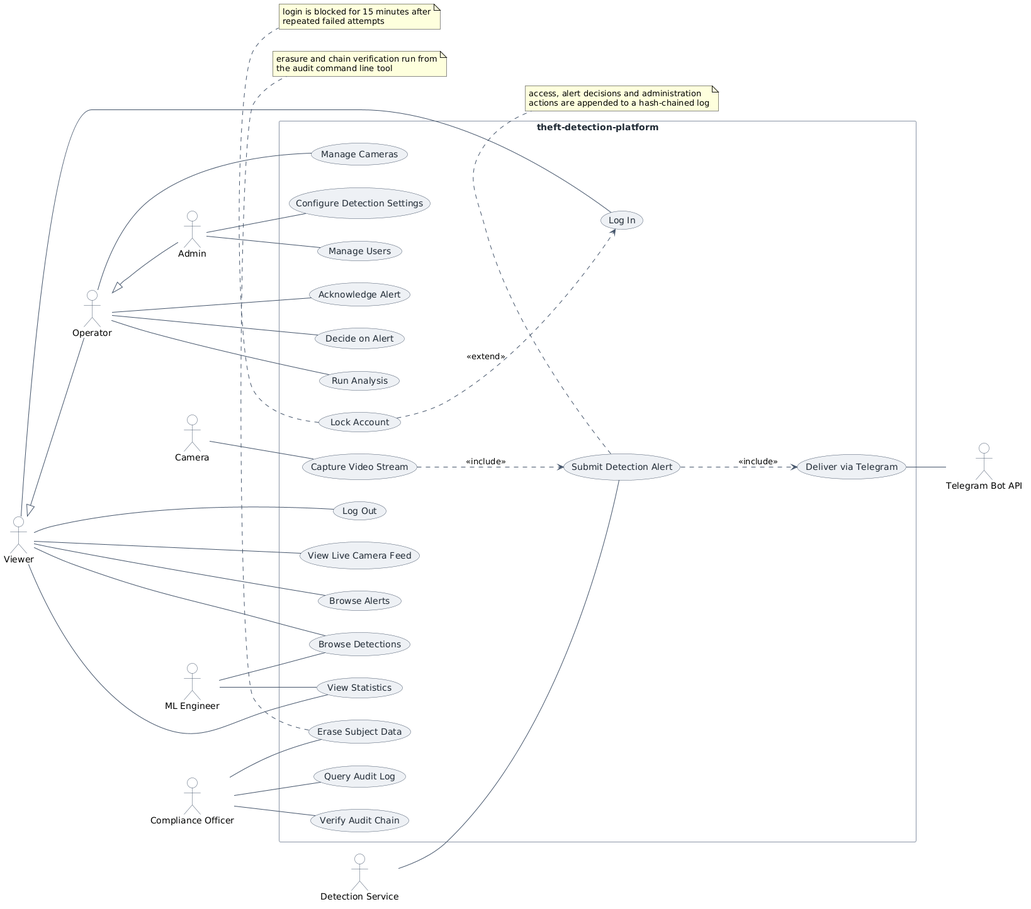
Nizar7kabbaj/theft-detection-platform keeps this PlantUML diagram as docs/diagrams/Use-case.png. Above is the earlier version.
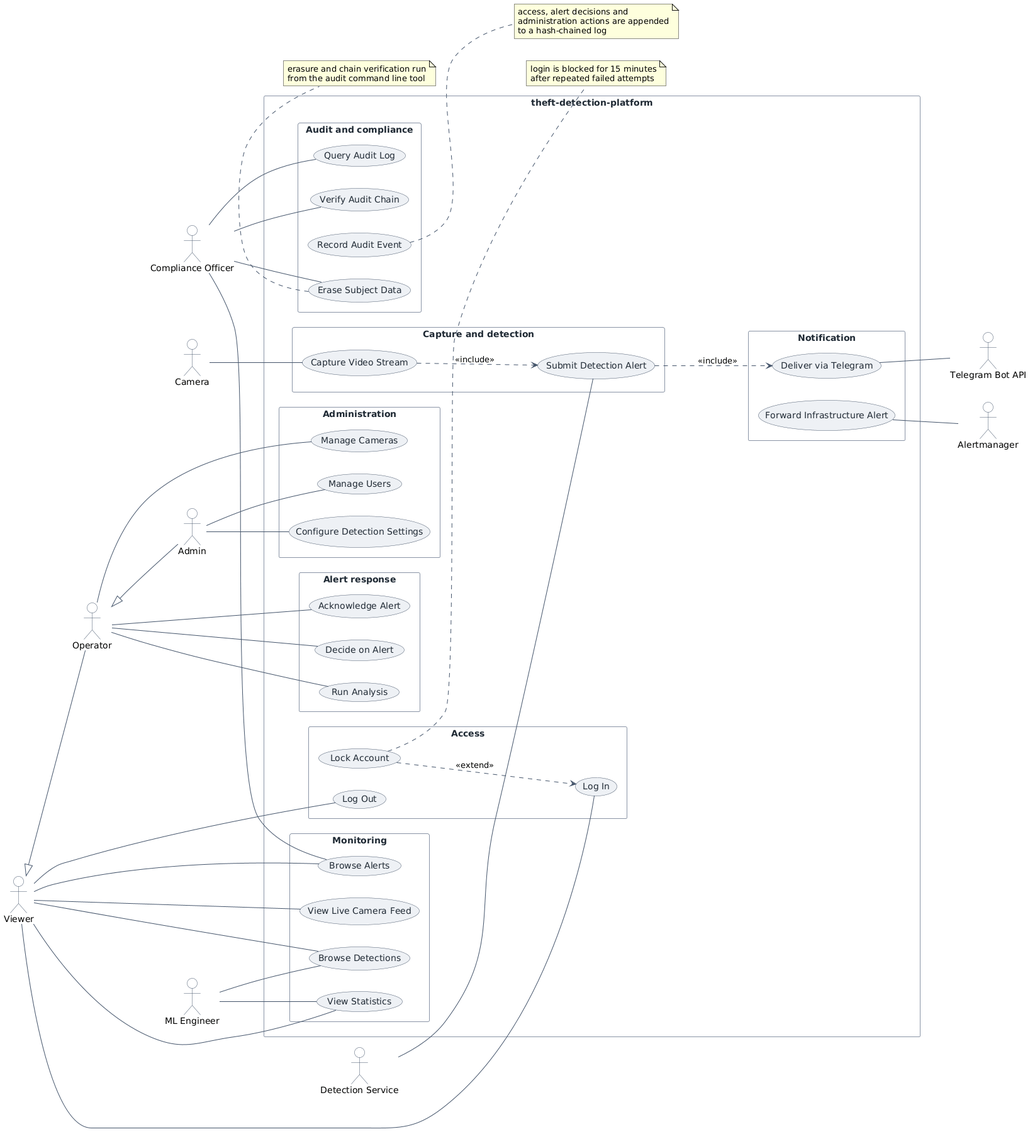
After the commit.

The edit, as a diff of the source:
```diff
@@ -3,7 +3,6 @@
 skinparam shadowing false
 skinparam defaultFontName Helvetica
 skinparam ArrowColor #44546A
-skinparam packageStyle rectangle
 skinparam usecase {
   BackgroundColor #EEF1F5
   BorderColor #44546A
@@ -25,30 +24,47 @@
 actor "Compliance Officer" as compliance
 actor "Camera" as camera
 actor "Detection Service" as detector
+actor "Telegram Bot API" as telegram
+actor "Alertmanager" as alertmanager
 viewer <|-- operator
 operator <|-- admin
 rectangle "theft-detection-platform" {
-  usecase "Log In" as UC_LOGIN
-  usecase "Log Out" as UC_LOGOUT
-  usecase "Lock Account" as UC_LOCK
-  usecase "View Live Camera Feed" as UC_FEED
-  usecase "Browse Alerts" as UC_ALERTS
-  usecase "Browse Detections" as UC_DETECTIONS
-  usecase "View Statistics" as UC_STATS
-  usecase "Acknowledge Alert" as UC_ACK
-  usecase "Decide on Alert" as UC_DECIDE
-  usecase "Run Analysis" as UC_ANALYZE
-  usecase "Manage Cameras" as UC_CAMERAS
-  usecase "Manage Users" as UC_USERS
-  usecase "Configure Detection Settings" as UC_SETTINGS
-  usecase "Query Audit Log" as UC_QUERY
-  usecase "Verify Audit Chain" as UC_VERIFY
-  usecase "Erase Subject Data" as UC_ERASE
-  usecase "Capture Video Stream" as UC_CAPTURE
-  usecase "Submit Detection Alert" as UC_SUBMIT
-  usecase "Deliver via Telegram" as UC_DELIVER
+  rectangle "Access" {
+    usecase "Log In" as UC_LOGIN
+    usecase "Log Out" as UC_LOGOUT
+    usecase "Lock Account" as UC_LOCK
+  }
+  rectangle "Capture and detection" {
+    usecase "Capture Video Stream" as UC_CAPTURE
+    usecase "Submit Detection Alert" as UC_SUBMIT
+  }
+  rectangle "Monitoring" {
+    usecase "View Live Camera Feed" as UC_FEED
+    usecase "Browse Alerts" as UC_ALERTS
+    usecase "Browse Detections" as UC_DETECTIONS
+    usecase "View Statistics" as UC_STATS
+  }
+  rectangle "Alert response" {
+    usecase "Acknowledge Alert" as UC_ACK
+    usecase "Decide on Alert" as UC_DECIDE
+    usecase "Run Analysis" as UC_ANALYZE
+  }
+  rectangle "Administration" {
+    usecase "Manage Cameras" as UC_CAMERAS
+    usecase "Manage Users" as UC_USERS
+    usecase "Configure Detection Settings" as UC_SETTINGS
+  }
+  rectangle "Audit and compliance" {
+    usecase "Record Audit Event" as UC_RECORD
+    usecase "Query Audit Log" as UC_QUERY
+    usecase "Verify Audit Chain" as UC_VERIFY
+    usecase "Erase Subject Data" as UC_ERASE
+  }
+  rectangle "Notification" {
+    usecase "Deliver via Telegram" as UC_DELIVER
+    usecase "Forward Infrastructure Alert" as UC_INFRA
+  }
 }
-actor "Telegram Bot API" as telegram
 viewer -- UC_LOGIN
 viewer -- UC_LOGOUT
 viewer -- UC_FEED
@@ -63,25 +79,28 @@
 admin -- UC_SETTINGS
 mleng -- UC_DETECTIONS
 mleng -- UC_STATS
+compliance -- UC_ALERTS
 compliance -- UC_QUERY
 compliance -- UC_VERIFY
 compliance -- UC_ERASE
 camera -- UC_CAPTURE
 detector -- UC_SUBMIT
 UC_DELIVER -- telegram
+UC_INFRA -- alertmanager
 UC_LOCK ..> UC_LOGIN : <<extend>>
+UC_SUBMIT ..> UC_DELIVER : <<include>>
 UC_CAPTURE ..> UC_SUBMIT : <<include>>
-UC_SUBMIT ..> UC_DELIVER : <<include>>
+note right of UC_LOCK
+  login is blocked for 15 minutes
+  after repeated failed attempts
+end note
+note right of UC_RECORD
+  access, alert decisions and
+  administration actions are appended
+  to a hash-chained log
+end note
 note bottom of UC_ERASE
-  erasure and chain verification run from
-  the audit command line tool
-end note
-note bottom of UC_LOCK
-  login is blocked for 15 minutes after
-  repeated failed attempts
-end note
-note bottom of UC_SUBMIT
-  access, alert decisions and administration
-  actions are appended to a hash-chained log
+  erasure and chain verification run
+  from the audit command line tool
 end note
 @enduml
```
